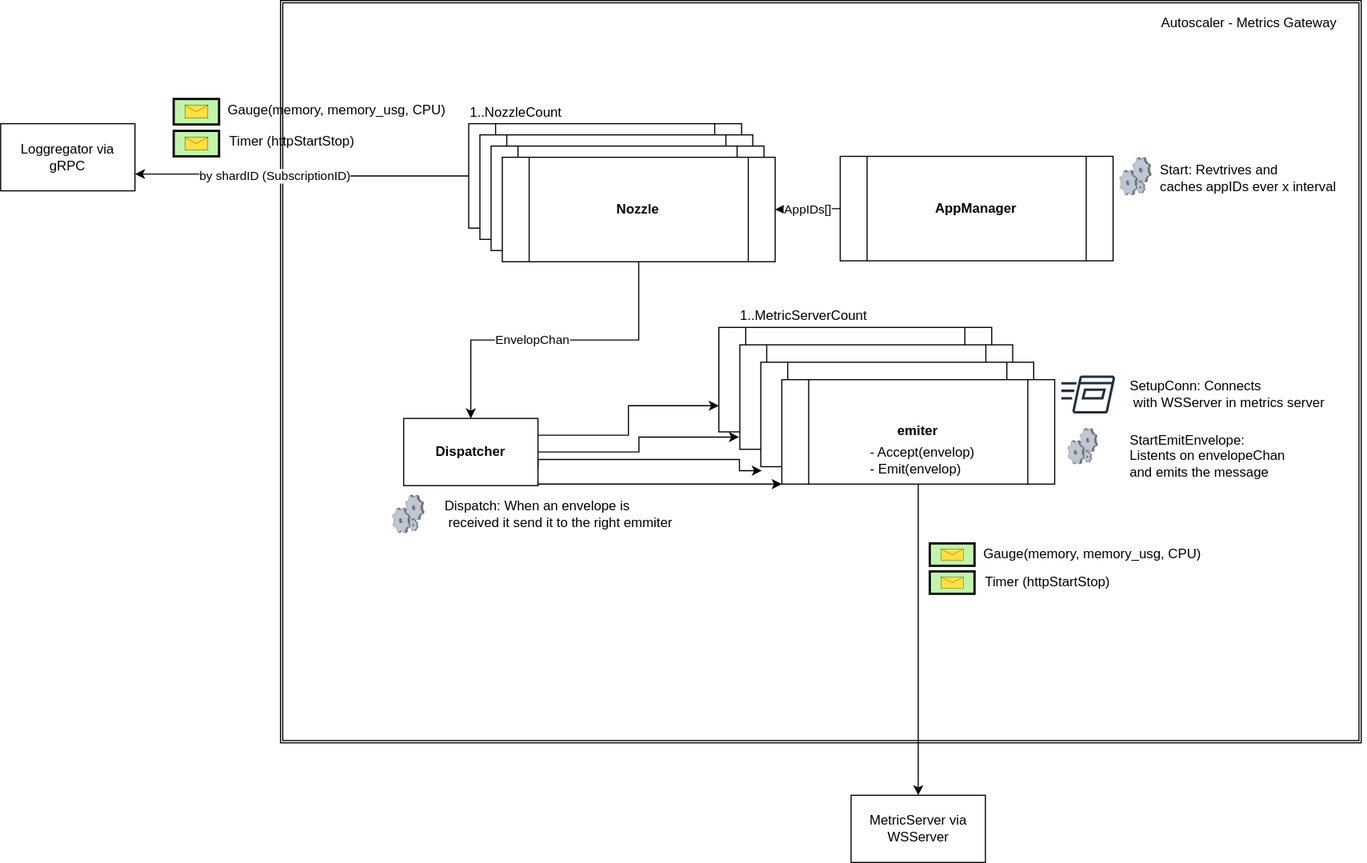
cloudfoundry/app-autoscaler-release keeps this draw.io diagram as docs/metrics_gateway.svg. Above is the earlier version. Source tidied: cells renumbered, new cells last; positions are measured from the earlier drawing's top-left corner, leaving out a move shared by most shapes.
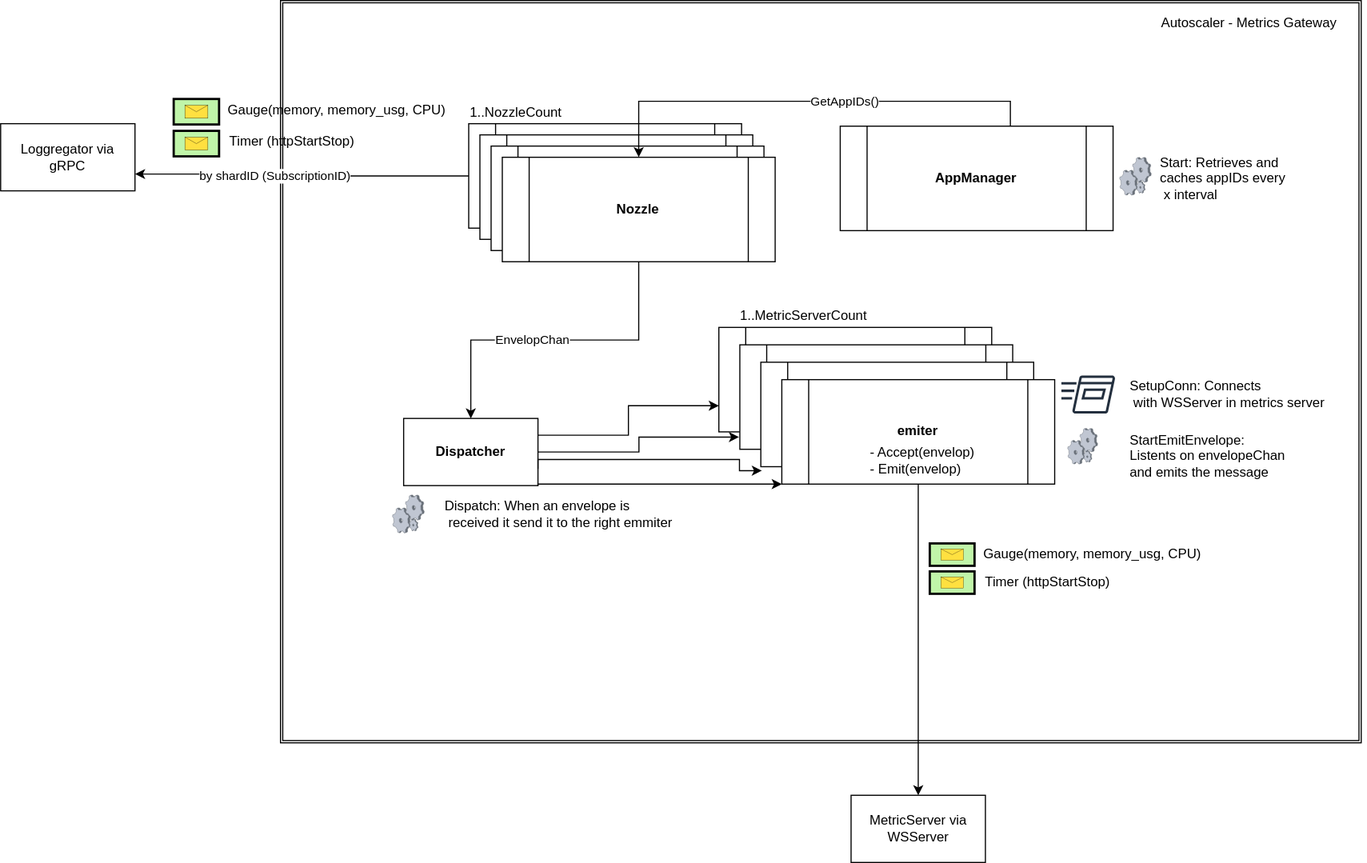
After the change.

Commit message:
Update Metrics Gateway documentation

Change to the diagram source:
```diff
@@ -26,9 +26,6 @@
     <mxCell id="9" value="Timer (httpStartStop)&lt;br&gt;" style="text;html=1;align=center;verticalAlign=middle;strokeColor=none;fillColor=none;" parent="5" vertex="1">
       <mxGeometry x="40.5" y="28.5" width="130" height="20" as="geometry" />
     </mxCell>
-    <mxCell id="10" value="&lt;b&gt;AppManager&lt;/b&gt;" style="shape=process;whiteSpace=wrap;html=1;backgroundOutline=1;" parent="3" vertex="1">
-      <mxGeometry x="600" y="139.2" width="243.8" height="93.3" as="geometry" />
-    </mxCell>
     <mxCell id="11" value="Autoscaler - Metrics Gateway" style="text;html=1;align=center;verticalAlign=middle;strokeColor=none;fillColor=none;" parent="3" vertex="1">
       <mxGeometry x="880" y="10" width="170" height="20" as="geometry" />
     </mxCell>
@@ -132,14 +129,17 @@
       <mxGeometry width="100" height="20" as="geometry" />
     </mxCell>
     <mxCell id="41" style="group;" parent="1" vertex="1">
-      <mxGeometry x="750" y="140" width="453.8" height="93.3" as="geometry" />
+      <mxGeometry x="750" y="140" width="454.4" height="93.3" as="geometry" />
     </mxCell>
     <mxCell id="42" style="verticalLabelPosition=bottom;sketch=0;html=1;verticalAlign=top;strokeColor=none;align=center;shape=mxgraph.citrix.process;" parent="41" vertex="1">
       <mxGeometry x="249.6" width="28.3" height="33.7" as="geometry" />
     </mxCell>
-    <mxCell id="43" value="Start: Revtrives and &lt;br&gt;caches appIDs ever x interval" style="text;html=1;align=left;verticalAlign=middle;strokeColor=none;fillColor=none;" parent="41" vertex="1">
-      <mxGeometry x="284.4" y="3.9" width="170" height="30" as="geometry" />
+    <mxCell id="43" value="Start: Retrieves and &lt;br&gt;caches appIDs every&lt;br&gt;&amp;nbsp;x interval" style="text;html=1;align=left;verticalAlign=middle;strokeColor=none;fillColor=none;" parent="41" vertex="1">
+      <mxGeometry x="284.4" y="-6.1" width="130" height="50" as="geometry" />
     </mxCell>
+    <mxCell id="10" value="&lt;b&gt;AppManager&lt;/b&gt;" style="shape=process;whiteSpace=wrap;html=1;backgroundOutline=1;" parent="41" vertex="1">
+      <mxGeometry y="-27.8" width="243.8" height="93.3" as="geometry" />
+    </mxCell>
     <mxCell id="44" style="group;" parent="1" vertex="1">
       <mxGeometry x="830" y="460" width="270" height="70" as="geometry" />
     </mxCell>
@@ -173,11 +173,16 @@
       </mxGeometry>
     </mxCell>
     <mxCell id="53" style="edgeStyle=orthogonalEdgeStyle;rounded=0;jettySize=auto;html=1;" parent="1" edge="1" source="10" target="39">
-      <mxGeometry relative="1" as="geometry" />
+      <mxGeometry relative="1" as="geometry">
+        <Array as="points">
+          <mxPoint x="902" y="90" />
+          <mxPoint x="570" y="90" />
+        </Array>
+      </mxGeometry>
     </mxCell>
-    <mxCell id="54" value="AppIDs[]" style="edgeLabel;html=1;align=center;verticalAlign=middle;" parent="53" vertex="1">
-      <mxGeometry x="0.01" relative="1" as="geometry" />
-    </mxCell>
+    <mxCell id="57" value="GetAppIDs()" style="edgeLabel;html=1;align=center;verticalAlign=middle;fontColor=#000000;" parent="53" vertex="1">
+      <mxGeometry x="-0.15" y="-1" relative="1" as="geometry" />
+    </mxCell>
     <mxCell id="55" style="edgeStyle=orthogonalEdgeStyle;rounded=0;jettySize=auto;html=1;" parent="1" edge="1" source="39" target="17">
       <mxGeometry relative="1" as="geometry" />
     </mxCell>
```
